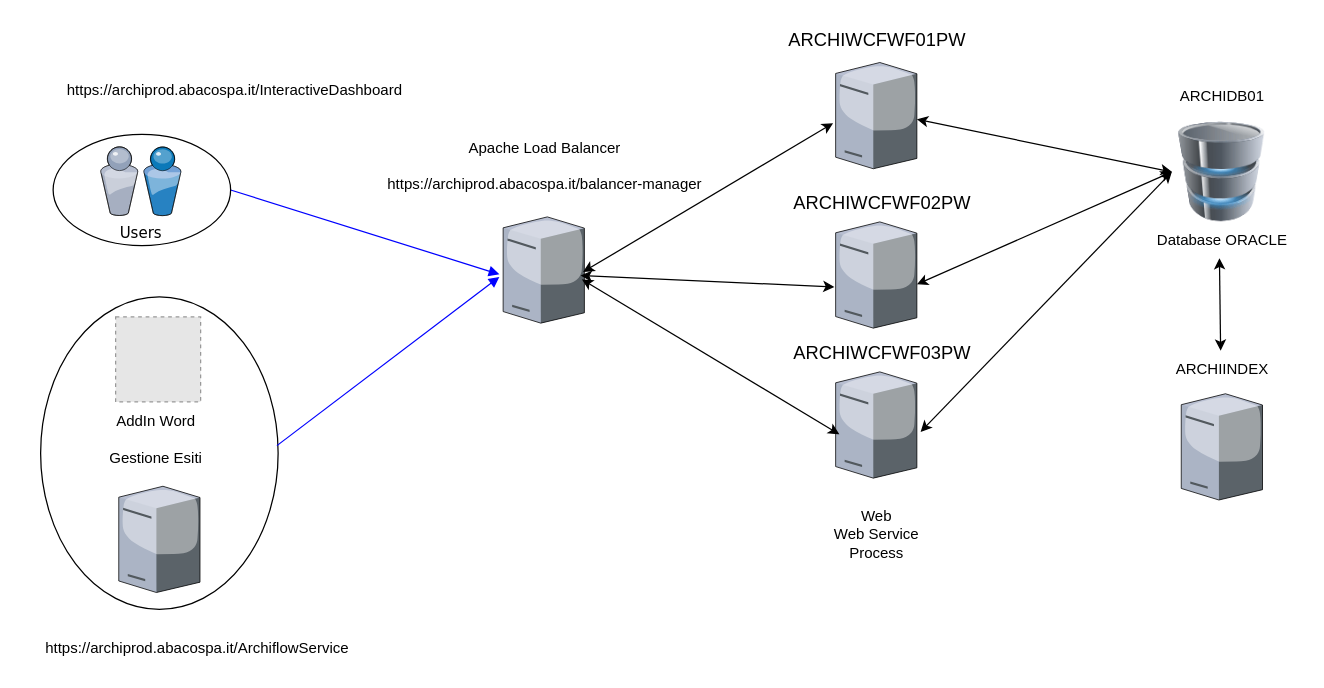
The draw.io diagram Archiflow Struttura.drawio in marcogarbujoabaco/drawio, before the edit. Source tidied: cells renumbered, new cells numbered last; positions are measured from the earlier drawing's top-left corner, leaving out a move shared by most shapes. Both pictures are drawn from the tidied source at 125%, with x=0, y=0 at pixel (28, 21). Pictures stored in the file or linked from it are replaced by grey dashed boxes.
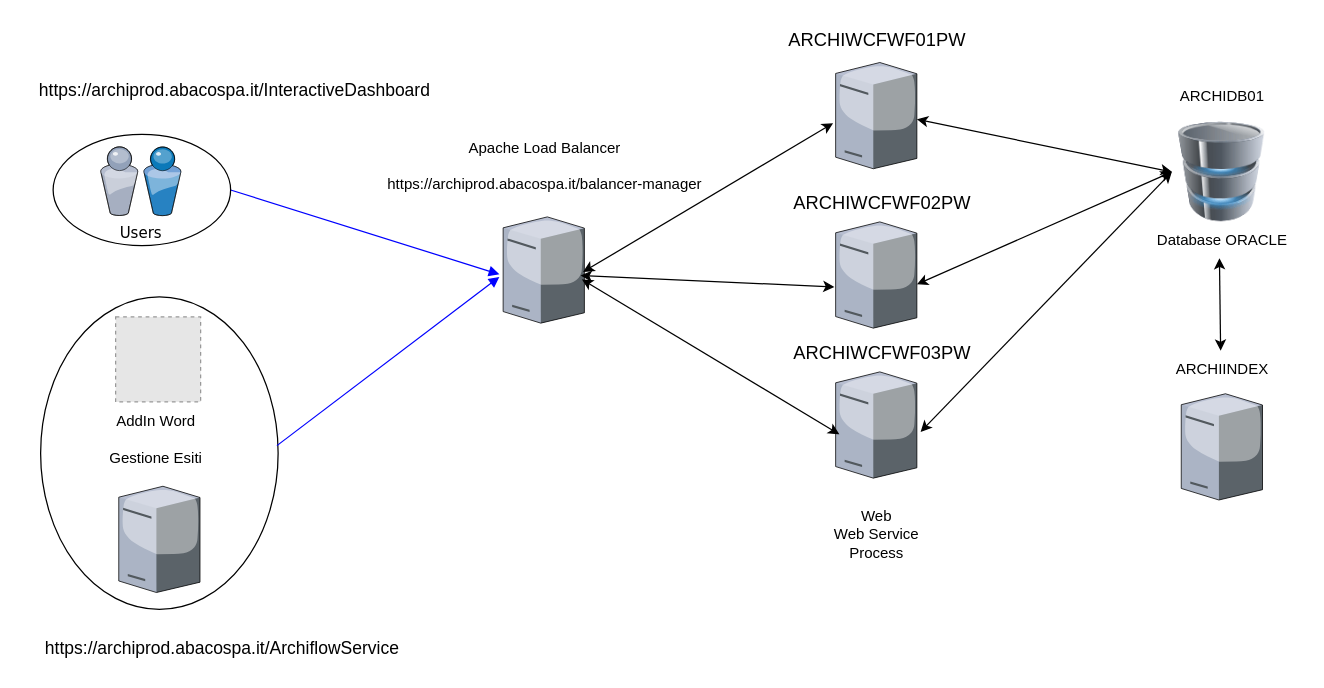
After the change.

Change to the diagram source:
```diff
@@
-    <mxCell id="9" value="https://archiprod.abacospa.it/InteractiveDashboard" style="text;html=1;align=center;verticalAlign=middle;strokeColor=none;fillColor=none;" parent="1" vertex="1">
-      <mxGeometry x="20" y="40" width="290" height="30" as="geometry" />
+    <mxCell id="9" value="https://archiprod.abacospa.it/InteractiveDashboard" style="text;html=1;align=center;verticalAlign=middle;strokeColor=none;fillColor=none;fontSize=14;" parent="1" vertex="1">
+      <mxGeometry x="-5" y="40" width="340" height="30" as="geometry" />
     </mxCell>
@@
-    <mxCell id="15" value="https://archiprod.abacospa.it/ArchiflowService" style="text;html=1;align=center;verticalAlign=middle;strokeColor=none;fillColor=none;" parent="1" vertex="1">
-      <mxGeometry y="485.5" width="270" height="30" as="geometry" />
+    <mxCell id="15" value="https://archiprod.abacospa.it/ArchiflowService" style="text;html=1;align=center;verticalAlign=middle;strokeColor=none;fillColor=none;fontSize=14;" parent="1" vertex="1">
+      <mxGeometry y="485.5" width="310" height="30" as="geometry" />
     </mxCell>
```
